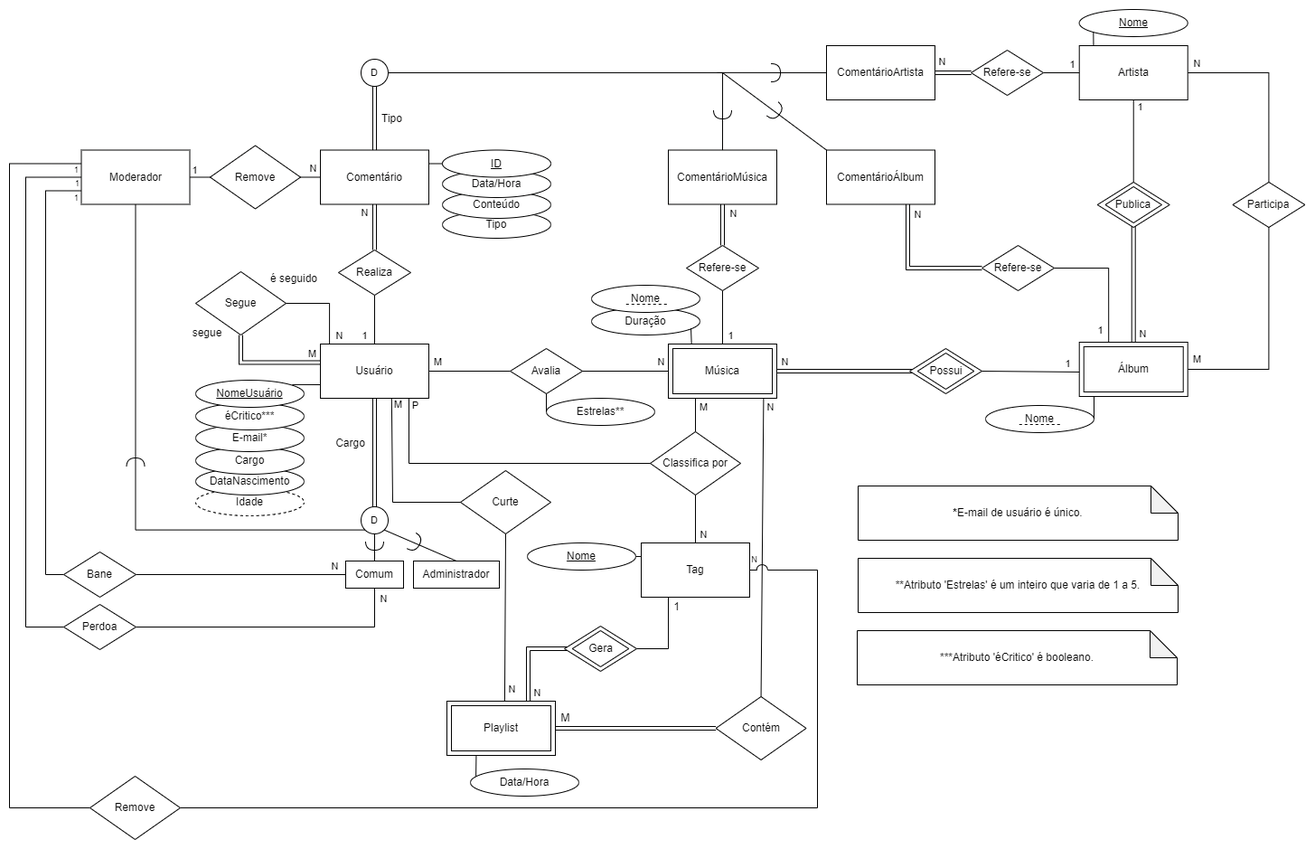
The draw.io diagram Rotten-Lemons-MER.png in natan-dot-com/Rotten-Lemons, before a commit. Source tidied: cells renumbered, new cells last; positions are measured from the earlier drawing's top-left corner, leaving out a move shared by most shapes.
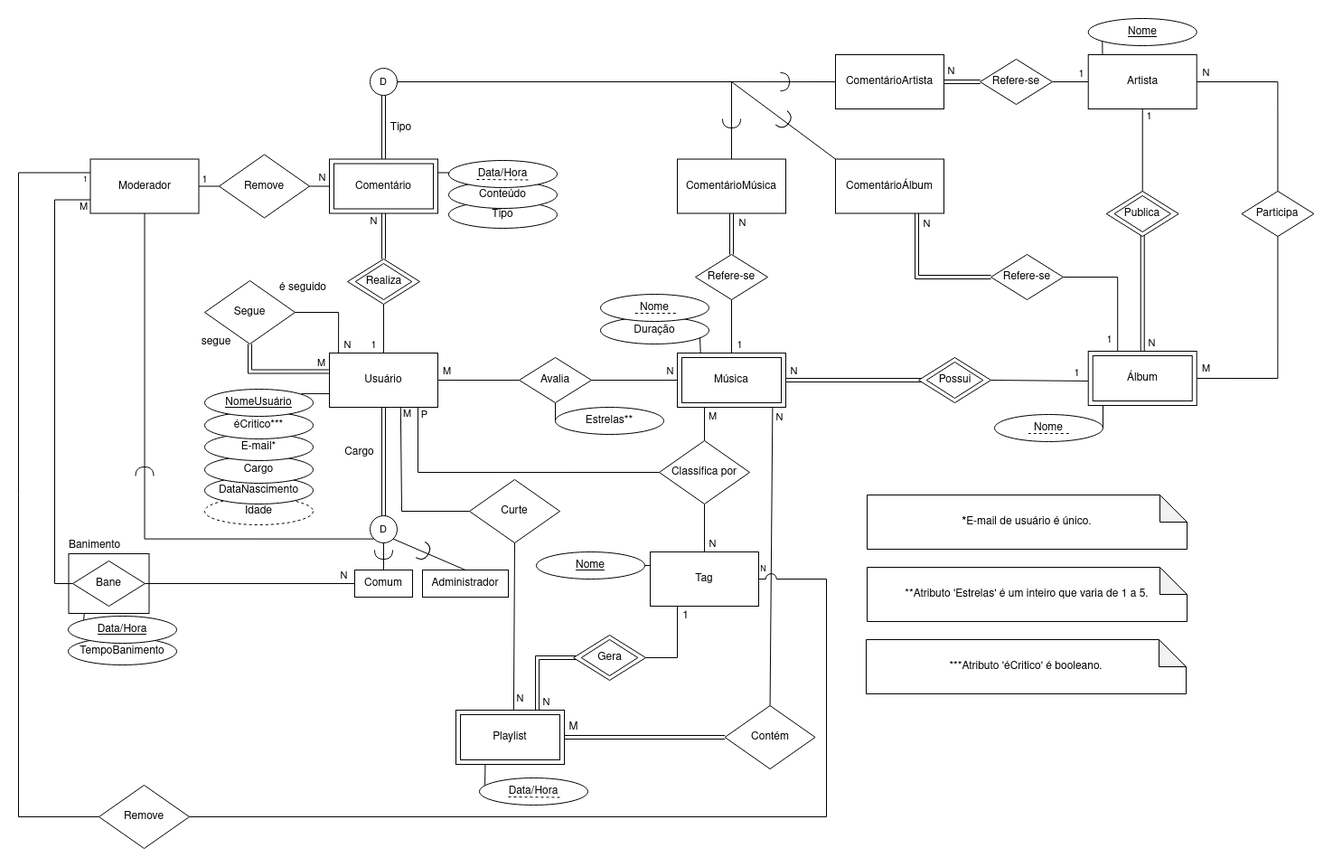
Later version of the same file.

Commit message:
Major fixes on both ERD and RS

The edit, as a diff of the source:
```diff
@@ -2,17 +2,23 @@
   <root>
     <mxCell id="0" />
     <mxCell id="1" parent="0" />
+    <mxCell id="157" style="rounded=0;jettySize=auto;html=1;entryX=0;entryY=0;entryDx=0;entryDy=0;endArrow=none;endFill=0;exitX=0.194;exitY=0.997;exitDx=0;exitDy=0;exitPerimeter=0;" parent="1" edge="1" source="158" target="165">
+      <mxGeometry relative="1" as="geometry" />
+    </mxCell>
+    <mxCell id="158" style="rounded=0;whiteSpace=wrap;html=1;fillColor=none;" parent="1" vertex="1">
+      <mxGeometry x="55.5" y="592" width="89" height="66" as="geometry" />
+    </mxCell>
     <mxCell id="2" value="Idade" style="ellipse;whiteSpace=wrap;html=1;dashed=1;" parent="1" vertex="1">
       <mxGeometry x="206" y="530" width="120" height="30" as="geometry" />
     </mxCell>
     <mxCell id="3" value="Tipo" style="ellipse;whiteSpace=wrap;html=1;" parent="1" vertex="1">
-      <mxGeometry x="479" y="223" width="120" height="30" as="geometry" />
+      <mxGeometry x="476" y="202" width="120" height="30" as="geometry" />
     </mxCell>
     <mxCell id="4" value="Conteúdo" style="ellipse;whiteSpace=wrap;html=1;" parent="1" vertex="1">
-      <mxGeometry x="479" y="201" width="120" height="30" as="geometry" />
+      <mxGeometry x="476" y="180" width="120" height="30" as="geometry" />
     </mxCell>
     <mxCell id="5" value="Data/Hora" style="ellipse;whiteSpace=wrap;html=1;" parent="1" vertex="1">
-      <mxGeometry x="479" y="178" width="120" height="30" as="geometry" />
+      <mxGeometry x="476" y="157" width="120" height="30" as="geometry" />
     </mxCell>
     <mxCell id="6" style="endArrow=none;html=1;rounded=0;exitX=0.913;exitY=1.007;exitDx=0;exitDy=0;entryX=0.5;entryY=0;entryDx=0;entryDy=0;exitPerimeter=0;" parent="1" edge="1" source="60" target="78">
       <mxGeometry relative="1" as="geometry" />
@@ -29,7 +35,7 @@
       <mxGeometry x="590" y="37" width="30" height="6" as="geometry" />
     </mxCell>
     <mxCell id="10" style="rounded=0;whiteSpace=wrap;html=1;glass=0;fontFamily=Helvetica;fontSize=11;fontColor=#000000;strokeWidth=1;fillColor=default;gradientColor=none;strokeColor=none;imageHeight=24;" parent="1" vertex="1">
-      <mxGeometry x="574" y="162" width="30" height="6" as="geometry" />
+      <mxGeometry x="571" y="141" width="30" height="6" as="geometry" />
     </mxCell>
     <mxCell id="11" style="rounded=0;whiteSpace=wrap;html=1;glass=0;fontFamily=Helvetica;fontSize=11;fontColor=#000000;strokeWidth=1;fillColor=default;gradientColor=none;strokeColor=none;imageHeight=24;" parent="1" vertex="1">
       <mxGeometry x="639" y="37" width="30" height="6" as="geometry" />
@@ -398,22 +404,9 @@
     <mxCell id="106" style="shape=requiredInterface;html=1;verticalLabelPosition=bottom;sketch=0;rotation=30;" parent="1" vertex="1">
       <mxGeometry x="444" y="580" width="10" height="20" as="geometry" />
     </mxCell>
-    <mxCell id="107" value="&lt;font style=&quot;font-size: 9px;&quot;&gt;1&lt;/font&gt;" style="edgeStyle=orthogonalEdgeStyle;rounded=0;jettySize=auto;html=1;exitX=0;exitY=0.75;exitDx=0;exitDy=0;entryX=0;entryY=0.5;entryDx=0;entryDy=0;endArrow=none;endFill=0;strokeWidth=1;" parent="1" edge="1" source="112" target="149">
-      <mxGeometry x="-0.98" y="8" relative="1" as="geometry" />
+    <mxCell id="107" value="M" style="edgeStyle=orthogonalEdgeStyle;rounded=0;jettySize=auto;html=1;exitX=0;exitY=0.75;exitDx=0;exitDy=0;entryX=0;entryY=0.5;entryDx=0;entryDy=0;endArrow=none;endFill=0;strokeWidth=1;" parent="1" edge="1" source="112" target="149">
+      <mxGeometry x="-0.97" y="7" relative="1" as="geometry" />
     </mxCell>
-    <mxCell id="108" style="edgeStyle=orthogonalEdgeStyle;rounded=0;jettySize=auto;html=1;entryX=0;entryY=0.5;entryDx=0;entryDy=0;endArrow=none;endFill=0;exitX=0;exitY=0.5;exitDx=0;exitDy=0;" parent="1" edge="1" source="112" target="152">
-      <mxGeometry relative="1" as="geometry">
-        <Array as="points">
-          <mxPoint x="18" y="186" />
-          <mxPoint x="18" y="683" />
-        </Array>
-      </mxGeometry>
-    </mxCell>
-    <mxCell id="109" value="1" style="edgeLabel;html=1;align=center;verticalAlign=middle;fontSize=9;" parent="108" vertex="1">
-      <mxGeometry x="-0.96" relative="1" as="geometry">
-        <mxPoint x="5" y="7" as="offset" />
-      </mxGeometry>
-    </mxCell>
     <mxCell id="110" style="edgeStyle=orthogonalEdgeStyle;rounded=0;jumpStyle=arc;jettySize=auto;html=1;exitX=0;exitY=0.25;exitDx=0;exitDy=0;entryX=0;entryY=0.5;entryDx=0;entryDy=0;fontSize=12;endArrow=none;endFill=0;" parent="1" edge="1" source="112" target="155">
       <mxGeometry relative="1" as="geometry">
         <Array as="points">
@@ -442,6 +435,9 @@
     <mxCell id="116" value="Comentário" style="rounded=0;whiteSpace=wrap;html=1;perimeterSpacing=0;strokeWidth=1;" parent="115" vertex="1">
       <mxGeometry width="120" height="60" as="geometry" />
     </mxCell>
+    <mxCell id="159" value="Comentário" style="rounded=0;whiteSpace=wrap;html=1;strokeWidth=1;" parent="115" vertex="1">
+      <mxGeometry x="5" y="5" width="110" height="50" as="geometry" />
+    </mxCell>
     <mxCell id="117" value="1" style="rounded=0;jettySize=auto;html=1;entryX=1;entryY=0.5;entryDx=0;entryDy=0;endArrow=none;endFill=0;exitX=0;exitY=0.5;exitDx=0;exitDy=0;" parent="1" edge="1" source="119" target="112">
       <mxGeometry x="0.45" y="-8" relative="1" as="geometry" />
     </mxCell>
@@ -537,10 +533,7 @@
     <mxCell id="145" style="shape=requiredInterface;html=1;verticalLabelPosition=bottom;sketch=0;rotation=0;" parent="1" vertex="1">
       <mxGeometry x="843" y="60" width="10" height="20" as="geometry" />
     </mxCell>
-    <mxCell id="146" value="&lt;u&gt;ID&lt;/u&gt;" style="ellipse;whiteSpace=wrap;html=1;" parent="1" vertex="1">
-      <mxGeometry x="479" y="155.5" width="120" height="30" as="geometry" />
-    </mxCell>
-    <mxCell id="147" style="edgeStyle=orthogonalEdgeStyle;rounded=0;jettySize=auto;html=1;exitX=1;exitY=0.25;exitDx=0;exitDy=0;entryX=0;entryY=0.5;entryDx=0;entryDy=0;endArrow=none;endFill=0;" parent="1" edge="1" source="116" target="146">
+    <mxCell id="147" style="edgeStyle=orthogonalEdgeStyle;rounded=0;jettySize=auto;html=1;exitX=1;exitY=0.25;exitDx=0;exitDy=0;entryX=0;entryY=0.5;entryDx=0;entryDy=0;endArrow=none;endFill=0;" parent="1" edge="1" source="116" target="5">
       <mxGeometry relative="1" as="geometry" />
     </mxCell>
     <mxCell id="148" value="N" style="edgeStyle=orthogonalEdgeStyle;rounded=0;jettySize=auto;html=1;exitX=1;exitY=0.5;exitDx=0;exitDy=0;entryX=0;entryY=0.5;entryDx=0;entryDy=0;endArrow=none;endFill=0;" parent="1" edge="1" source="149" target="72">
@@ -549,17 +542,6 @@
     <mxCell id="149" value="&lt;div&gt;Bane&lt;/div&gt;" style="rhombus;whiteSpace=wrap;html=1;" parent="1" vertex="1">
       <mxGeometry x="60" y="600" width="80" height="50" as="geometry" />
     </mxCell>
-    <mxCell id="150" style="edgeStyle=orthogonalEdgeStyle;rounded=0;jettySize=auto;html=1;exitX=1;exitY=0.5;exitDx=0;exitDy=0;entryX=0.5;entryY=1;entryDx=0;entryDy=0;endArrow=none;endFill=0;" parent="1" edge="1" source="152" target="72">
-      <mxGeometry relative="1" as="geometry" />
-    </mxCell>
-    <mxCell id="151" value="N" style="edgeLabel;html=1;align=center;verticalAlign=middle;" parent="150" vertex="1">
-      <mxGeometry x="0.91" relative="1" as="geometry">
-        <mxPoint x="10" y="-2" as="offset" />
-      </mxGeometry>
-    </mxCell>
-    <mxCell id="152" value="&lt;div&gt;Perdoa&lt;/div&gt;" style="rhombus;whiteSpace=wrap;html=1;" parent="1" vertex="1">
-      <mxGeometry x="60" y="658" width="80" height="50" as="geometry" />
-    </mxCell>
     <mxCell id="153" value="&lt;font style=&quot;font-size: 11px;&quot;&gt;N&lt;/font&gt;" style="edgeStyle=orthogonalEdgeStyle;rounded=0;jettySize=auto;html=1;exitX=0.5;exitY=1;exitDx=0;exitDy=0;entryX=0.5;entryY=0;entryDx=0;entryDy=0;fontSize=12;endArrow=none;endFill=0;shape=link;" parent="1" edge="1" source="116" target="114">
       <mxGeometry x="-0.62" y="-11" relative="1" as="geometry" />
     </mxCell>
@@ -572,5 +554,29 @@
     <mxCell id="156" value="&lt;div align=&quot;left&quot;&gt;***Atributo 'éCritico' é booleano.&lt;/div&gt;" style="shape=note;whiteSpace=wrap;html=1;backgroundOutline=1;darkOpacity=0.05;" parent="1" vertex="1">
       <mxGeometry x="938" y="687" width="354" height="60" as="geometry" />
     </mxCell>
+    <mxCell id="160" value="Realiza" style="rhombus;whiteSpace=wrap;html=1;" parent="1" vertex="1">
+      <mxGeometry x="372.8" y="271" width="62.5" height="40" as="geometry" />
+    </mxCell>
+    <mxCell id="161" style="endArrow=none;dashed=1;html=1;rounded=0;" parent="1" edge="1">
+      <mxGeometry relative="1" as="geometry">
+        <mxPoint x="507" y="178" as="sourcePoint" />
+        <mxPoint x="564" y="178.5" as="targetPoint" />
+      </mxGeometry>
+    </mxCell>
+    <mxCell id="162" style="endArrow=none;dashed=1;html=1;rounded=0;" parent="1" edge="1">
+      <mxGeometry relative="1" as="geometry">
+        <mxPoint x="542" y="861" as="sourcePoint" />
+        <mxPoint x="599" y="861.5" as="targetPoint" />
+      </mxGeometry>
+    </mxCell>
+    <mxCell id="163" value="Banimento" style="text;html=1;align=center;verticalAlign=middle;strokeColor=none;fillColor=none;" parent="1" vertex="1">
+      <mxGeometry x="50" y="573" width="68" height="19" as="geometry" />
+    </mxCell>
+    <mxCell id="164" value="TempoBanimento" style="ellipse;whiteSpace=wrap;html=1;" parent="1" vertex="1">
+      <mxGeometry x="55" y="685" width="120" height="30" as="geometry" />
+    </mxCell>
+    <mxCell id="165" value="&lt;u&gt;Data/Hora&lt;/u&gt;" style="ellipse;whiteSpace=wrap;html=1;" parent="1" vertex="1">
+      <mxGeometry x="55" y="661" width="120" height="30" as="geometry" />
+    </mxCell>
   </root>
 </mxGraphModel>
```
